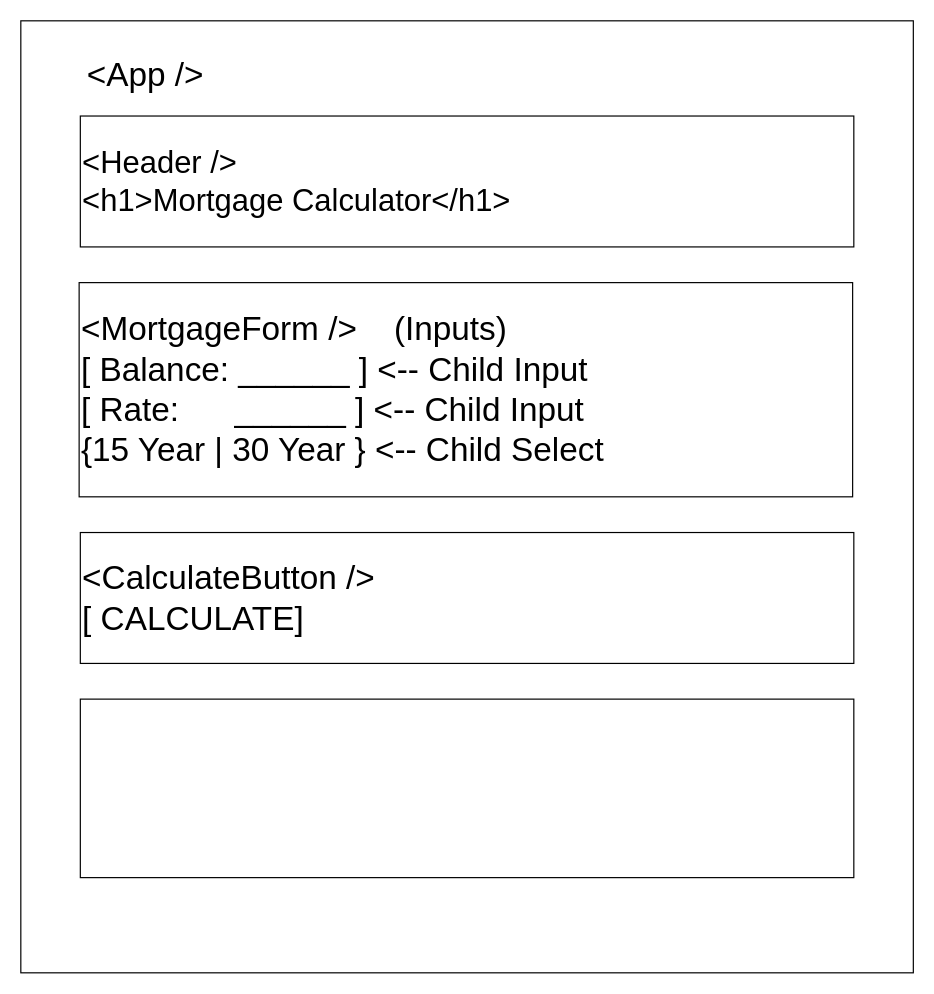
Above: wireframe.drawio in ralenjor/mortgagecalc (draw.io), before the change. Source tidied: cells renumbered, new cells numbered last; positions are measured from the earlier drawing's top-left corner, leaving out a move shared by most shapes. Both pictures are drawn from the tidied source at 119%, with x=0, y=0 at pixel (20, 20).
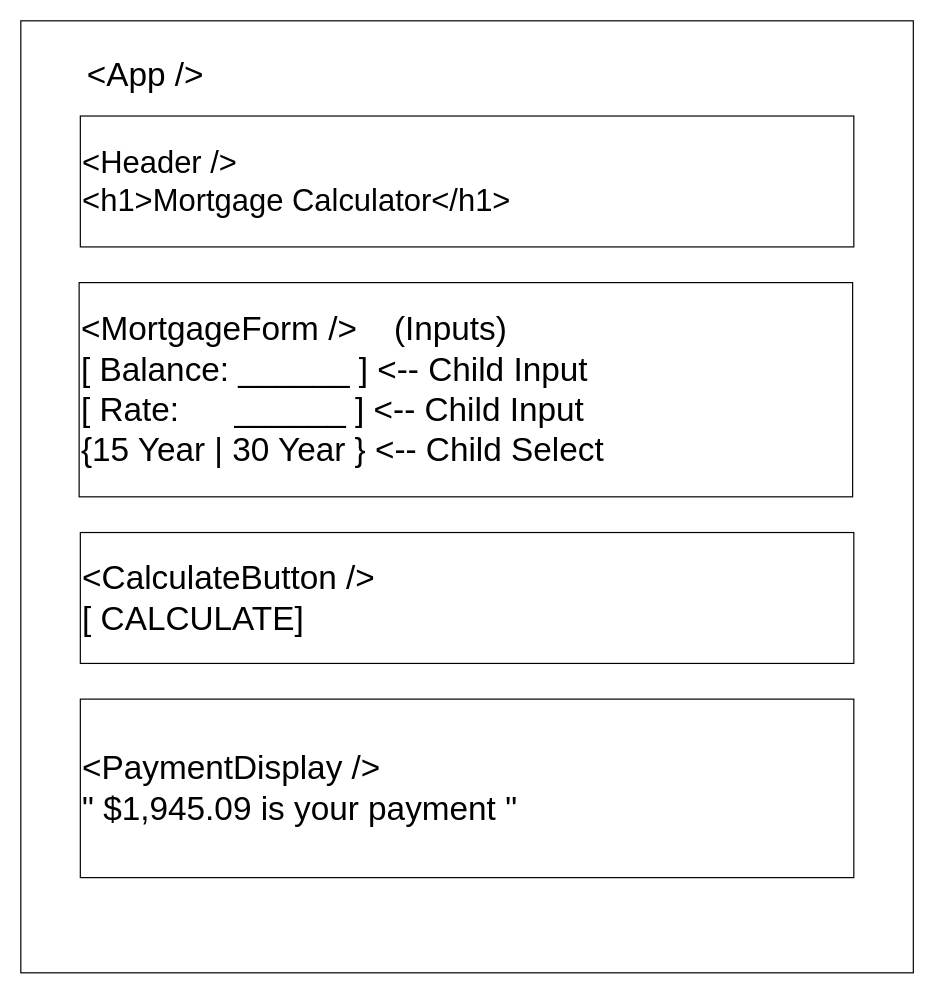
Above is the later version.

Diff of the diagram source:
```diff
@@
 <mxGraphModel>
   <root>
     <mxCell id="0" />
     <mxCell id="1" parent="0" />
     <mxCell id="2" style="rounded=0;whiteSpace=wrap;html=1;" parent="1" vertex="1">
       <mxGeometry width="750" height="800" as="geometry" />
     </mxCell>
     <mxCell id="3" value="&lt;font style=&quot;font-size: 28px;&quot;&gt;&amp;lt;App /&amp;gt;&lt;/font&gt;" style="text;strokeColor=none;align=center;fillColor=none;html=1;verticalAlign=middle;whiteSpace=wrap;rounded=0;" parent="1" vertex="1">
       <mxGeometry x="40" y="20" width="130" height="50" as="geometry" />
     </mxCell>
     <mxCell id="4" value="&lt;font style=&quot;font-size: 26px;&quot;&gt;&amp;lt;Header /&amp;gt;&lt;/font&gt;&lt;div&gt;&lt;font style=&quot;font-size: 26px;&quot;&gt;&amp;lt;h1&amp;gt;Mortgage Calculator&amp;lt;/h1&amp;gt;&lt;/font&gt;&lt;/div&gt;" style="rounded=0;whiteSpace=wrap;html=1;align=left;" parent="1" vertex="1">
       <mxGeometry x="50" y="80" width="650" height="110" as="geometry" />
     </mxCell>
     <mxCell id="5" value="&amp;lt;MortgageForm /&amp;gt;&amp;nbsp; &amp;nbsp; (Inputs)&lt;div&gt;[ Balance: ______ ] &amp;lt;-- Child Input&lt;/div&gt;&lt;div&gt;[ Rate:&amp;nbsp; &amp;nbsp; &amp;nbsp; ______ ] &amp;lt;-- Child Input&lt;/div&gt;&lt;div&gt;{15 Year | 30 Year } &amp;lt;-- Child Select&lt;/div&gt;" style="rounded=0;whiteSpace=wrap;html=1;align=left;fontSize=28;" parent="1" vertex="1">
       <mxGeometry x="49" y="220" width="650" height="180" as="geometry" />
     </mxCell>
     <mxCell id="6" value="&amp;lt;CalculateButton /&amp;gt;&lt;div&gt;[ CALCULATE]&lt;/div&gt;" style="rounded=0;whiteSpace=wrap;html=1;align=left;fontSize=28;" parent="1" vertex="1">
       <mxGeometry x="50" y="430" width="650" height="110" as="geometry" />
     </mxCell>
-    <mxCell id="7" style="rounded=0;whiteSpace=wrap;html=1;align=left;fontSize=28;" parent="1" vertex="1">
+    <mxCell id="7" value="&amp;lt;PaymentDisplay /&amp;gt;&lt;div&gt;&quot; $1,945.09 is your payment &quot;&lt;/div&gt;" style="rounded=0;whiteSpace=wrap;html=1;align=left;fontSize=28;" parent="1" vertex="1">
       <mxGeometry x="50" y="570" width="650" height="150" as="geometry" />
     </mxCell>
   </root>
 </mxGraphModel>
```
